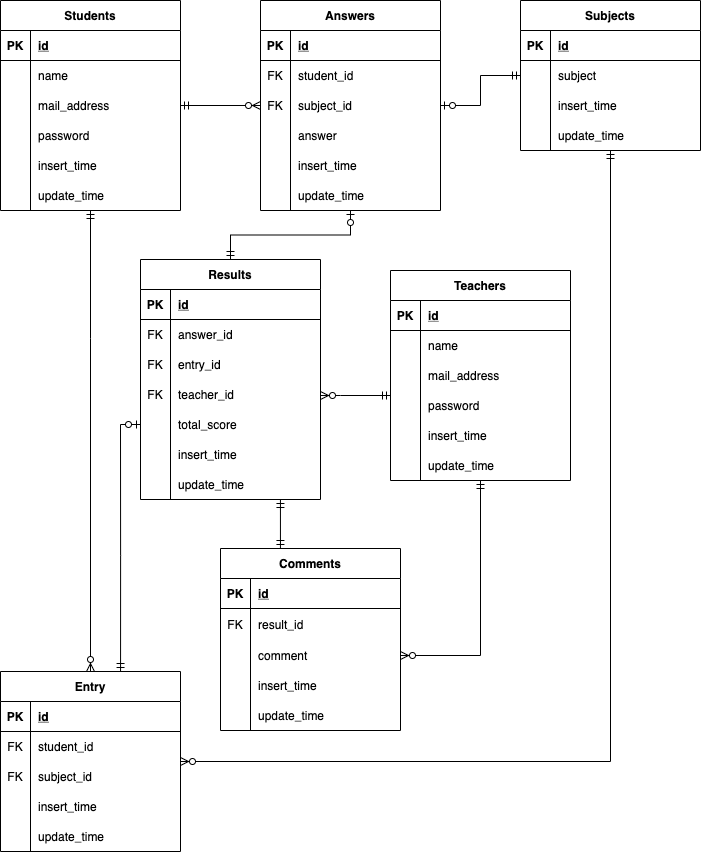
Before: 20210515haruyama/er.drawio.png, a diagram exported from draw.io (fulong-yuri18/db_design). Source tidied: cells renumbered, new cells last; positions are measured from the earlier drawing's top-left corner, leaving out a move shared by most shapes.
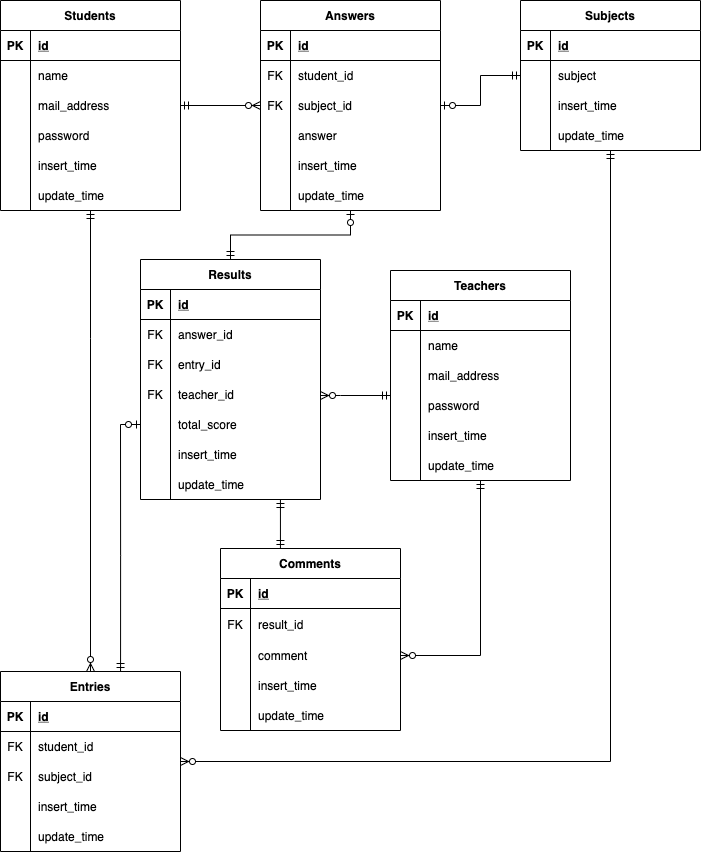
After the commit.

The edit, as a diff of the source:
```diff
@@ -246,7 +246,7 @@
     <mxCell id="80" value="update_time" style="shape=partialRectangle;fillColor=none;top=0;left=0;bottom=0;right=0;align=left;spacingLeft=6;overflow=hidden;" parent="78" vertex="1">
       <mxGeometry x="30" width="150" height="30" as="geometry" />
     </mxCell>
-    <mxCell id="81" value="Entry" style="shape=table;startSize=30;rowLines=0;fontStyle=1;align=center;" parent="1" vertex="1">
+    <mxCell id="81" value="Entries" style="shape=table;startSize=30;rowLines=0;fontStyle=1;align=center;" parent="1" vertex="1">
       <mxGeometry y="671" width="180" height="180" as="geometry" />
     </mxCell>
     <mxCell id="82" style="shape=partialRectangle;fillColor=none;top=0;left=0;bottom=1;right=0;" parent="81" vertex="1">
```
